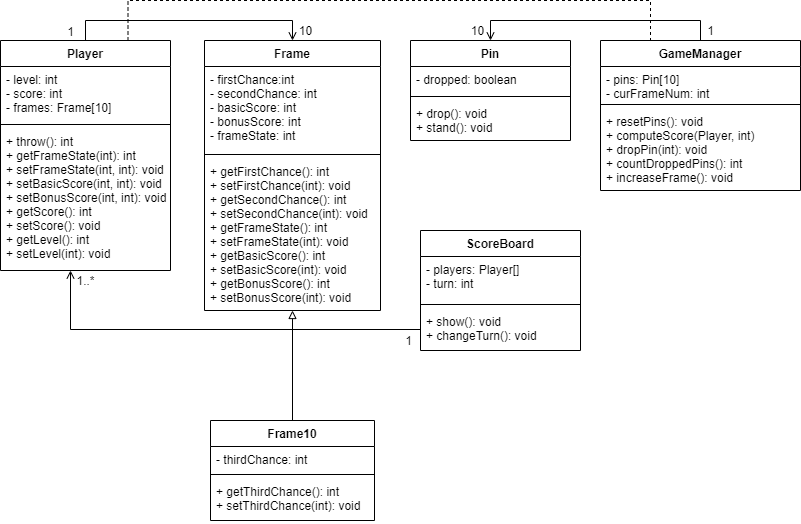
Before: Docs/class diagram.png, a diagram exported from draw.io (kkole3897/Bowling-Game-with-Java). Source tidied: cells renumbered, new cells last; positions are measured from the earlier drawing's top-left corner, leaving out a move shared by most shapes.
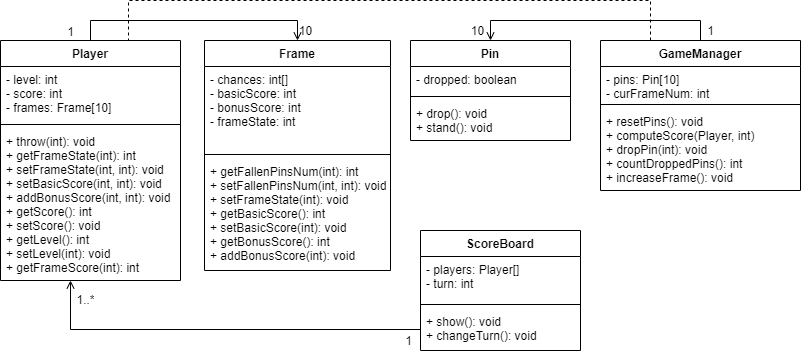
Later version of the same file.

Commit message:
Update class diagram

The edit, as a diff of the source:
```diff
@@ -14,31 +14,28 @@
       </mxGeometry>
     </mxCell>
     <mxCell id="4" value="Player" style="swimlane;fontStyle=1;align=center;verticalAlign=top;horizontal=1;startSize=26;" parent="1" vertex="1">
-      <mxGeometry y="40" width="170" height="230" as="geometry" />
+      <mxGeometry y="40" width="180" height="240" as="geometry" />
     </mxCell>
     <mxCell id="5" value="- level: int&#10;- score: int&#10;- frames: Frame[10]" style="text;strokeColor=none;fillColor=none;align=left;verticalAlign=top;spacingLeft=4;spacingRight=4;overflow=hidden;" parent="4" vertex="1">
-      <mxGeometry y="26" width="170" height="54" as="geometry" />
+      <mxGeometry y="26" width="180" height="54" as="geometry" />
     </mxCell>
     <mxCell id="6" style="line;strokeWidth=1;fillColor=none;align=left;verticalAlign=middle;spacingTop=-1;spacingLeft=3;spacingRight=3;labelPosition=right;" parent="4" vertex="1">
-      <mxGeometry y="80" width="170" height="8" as="geometry" />
+      <mxGeometry y="80" width="180" height="8" as="geometry" />
     </mxCell>
-    <mxCell id="7" value="+ throw(): int&#10;+ getFrameState(int): int&#10;+ setFrameState(int, int): void&#10;+ setBasicScore(int, int): void&#10;+ setBonusScore(int, int): void&#10;+ getScore(): int&#10;+ setScore(): void&#10;+ getLevel(): int&#10;+ setLevel(int): void" style="text;strokeColor=none;fillColor=none;align=left;verticalAlign=top;spacingLeft=4;spacingRight=4;overflow=hidden;points=[[0,0.5],[1,0.5]];portConstraint=eastwest;" parent="4" vertex="1">
-      <mxGeometry y="88" width="170" height="142" as="geometry" />
+    <mxCell id="7" value="+ throw(int): void&#10;+ getFrameState(int): int&#10;+ setFrameState(int, int): void&#10;+ setBasicScore(int, int): void&#10;+ addBonusScore(int, int): void&#10;+ getScore(): int&#10;+ setScore(): void&#10;+ getLevel(): int&#10;+ setLevel(int): void&#10;+ getFrameScore(int): int" style="text;strokeColor=none;fillColor=none;align=left;verticalAlign=top;spacingLeft=4;spacingRight=4;overflow=hidden;points=[[0,0.5],[1,0.5]];portConstraint=eastwest;" parent="4" vertex="1">
+      <mxGeometry y="88" width="180" height="152" as="geometry" />
     </mxCell>
-    <mxCell id="8" style="endArrow=block;endSize=6;endFill=0;html=1;exitX=0.5;exitY=0;exitDx=0;exitDy=0;" parent="1" edge="1" source="22" target="12">
-      <mxGeometry relative="1" as="geometry" />
-    </mxCell>
     <mxCell id="9" value="Frame" style="swimlane;fontStyle=1;align=center;verticalAlign=top;horizontal=1;startSize=26;" parent="1" vertex="1">
-      <mxGeometry x="204" y="40" width="176" height="270" as="geometry" />
+      <mxGeometry x="204" y="40" width="186" height="230" as="geometry" />
     </mxCell>
-    <mxCell id="10" value="- firstChance:int&#10;- secondChance: int&#10;- basicScore: int&#10;- bonusScore: int&#10;- frameState: int" style="text;strokeColor=none;fillColor=none;align=left;verticalAlign=top;spacingLeft=4;spacingRight=4;overflow=hidden;" parent="9" vertex="1">
-      <mxGeometry y="26" width="176" height="84" as="geometry" />
+    <mxCell id="10" value="- chances: int[]&#10;- basicScore: int&#10;- bonusScore: int&#10;- frameState: int" style="text;strokeColor=none;fillColor=none;align=left;verticalAlign=top;spacingLeft=4;spacingRight=4;overflow=hidden;" parent="9" vertex="1">
+      <mxGeometry y="26" width="186" height="84" as="geometry" />
     </mxCell>
     <mxCell id="11" style="line;strokeWidth=1;fillColor=none;align=left;verticalAlign=middle;spacingTop=-1;spacingLeft=3;spacingRight=3;labelPosition=right;" parent="9" vertex="1">
-      <mxGeometry y="110" width="176" height="8" as="geometry" />
+      <mxGeometry y="110" width="186" height="8" as="geometry" />
     </mxCell>
-    <mxCell id="12" value="+ getFirstChance(): int&#10;+ setFirstChance(int): void&#10;+ getSecondChance(): int&#10;+ setSecondChance(int): void&#10;+ getFrameState(): int&#10;+ setFrameState(int): void&#10;+ getBasicScore(): int&#10;+ setBasicScore(int): void&#10;+ getBonusScore(): int&#10;+ setBonusScore(int): void" style="text;strokeColor=none;fillColor=none;align=left;verticalAlign=top;spacingLeft=4;spacingRight=4;overflow=hidden;points=[[0,0.5],[1,0.5]];portConstraint=eastwest;" parent="9" vertex="1">
-      <mxGeometry y="118" width="176" height="152" as="geometry" />
+    <mxCell id="12" value="+ getFallenPinsNum(int): int&#10;+ setFallenPinsNum(int, int): void&#10;+ setFrameState(int): void&#10;+ getBasicScore(): int&#10;+ setBasicScore(int): void&#10;+ getBonusScore(): int&#10;+ addBonusScore(int): void" style="text;strokeColor=none;fillColor=none;align=left;verticalAlign=top;spacingLeft=4;spacingRight=4;overflow=hidden;points=[[0,0.5],[1,0.5]];portConstraint=eastwest;" parent="9" vertex="1">
+      <mxGeometry y="118" width="186" height="112" as="geometry" />
     </mxCell>
     <mxCell id="13" value="Pin" style="swimlane;fontStyle=1;align=center;verticalAlign=top;horizontal=1;startSize=26;" parent="1" vertex="1">
       <mxGeometry x="410" y="40" width="160" height="100" as="geometry" />
@@ -67,18 +64,6 @@
     <mxCell id="21" value="+ resetPins(): void&#10;+ computeScore(Player, int)&#10;+ dropPin(int): void&#10;+ countDroppedPins(): int&#10;+ increaseFrame(): void" style="text;strokeColor=none;fillColor=none;align=left;verticalAlign=top;spacingLeft=4;spacingRight=4;overflow=hidden;" parent="18" vertex="1">
       <mxGeometry y="68" width="200" height="82" as="geometry" />
     </mxCell>
-    <mxCell id="22" value="Frame10" style="swimlane;fontStyle=1;align=center;verticalAlign=top;horizontal=1;startSize=26;" parent="1" vertex="1">
-      <mxGeometry x="210" y="420" width="164" height="100" as="geometry" />
-    </mxCell>
-    <mxCell id="23" value="- thirdChance: int" style="text;strokeColor=none;fillColor=none;align=left;verticalAlign=top;spacingLeft=4;spacingRight=4;overflow=hidden;" parent="22" vertex="1">
-      <mxGeometry y="26" width="164" height="24" as="geometry" />
-    </mxCell>
-    <mxCell id="24" style="line;strokeWidth=1;fillColor=none;align=left;verticalAlign=middle;spacingTop=-1;spacingLeft=3;spacingRight=3;labelPosition=right;" parent="22" vertex="1">
-      <mxGeometry y="50" width="164" height="8" as="geometry" />
-    </mxCell>
-    <mxCell id="25" value="+ getThirdChance(): int&#10;+ setThirdChance(int): void" style="text;strokeColor=none;fillColor=none;align=left;verticalAlign=top;spacingLeft=4;spacingRight=4;overflow=hidden;" parent="22" vertex="1">
-      <mxGeometry y="58" width="164" height="42" as="geometry" />
-    </mxCell>
     <mxCell id="26" value="10" style="text;html=1;align=center;verticalAlign=middle;" parent="1" vertex="1">
       <mxGeometry x="462" y="20" width="30" height="20" as="geometry" />
     </mxCell>
@@ -114,7 +99,7 @@
       <mxGeometry x="398" y="330" width="20" height="20" as="geometry" />
     </mxCell>
     <mxCell id="36" value="1..*" style="text;html=1;align=center;verticalAlign=middle;" parent="1" vertex="1">
-      <mxGeometry x="70" y="270" width="30" height="20" as="geometry" />
+      <mxGeometry x="70" y="289" width="30" height="20" as="geometry" />
     </mxCell>
   </root>
 </mxGraphModel>
```
